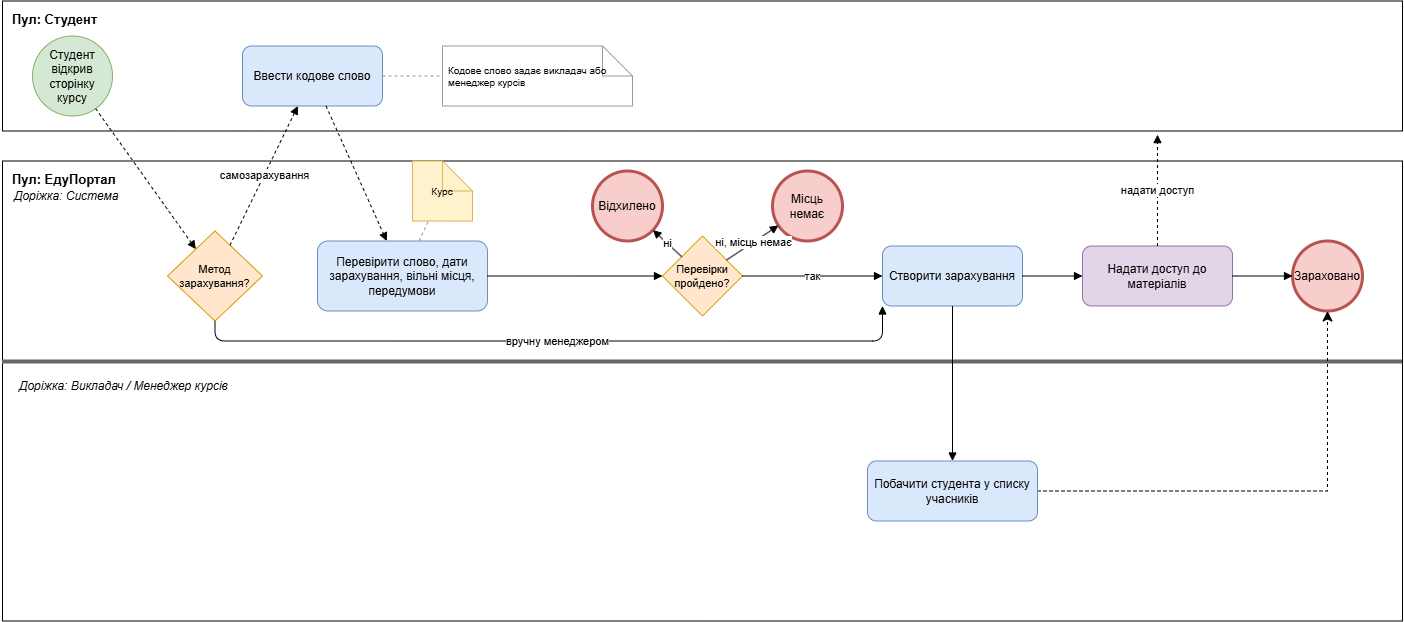
This is docs/sprint1/bpmn/01_enrollment.png from GlitchBelyi/labsTZYPS, a draw.io export, as it was before one commit. Source tidied: cells renumbered, new cells last; positions are measured from the earlier drawing's top-left corner, leaving out a move shared by most shapes. Its diagram source:
```xml
<mxGraphModel>
  <root>
    <mxCell id="0" />
    <mxCell id="1" parent="0" />
    <mxCell id="2" value="Пул: Студент" style="rounded=0;whiteSpace=wrap;html=1;fillColor=none;strokeColor=#000000;verticalAlign=top;align=left;fontStyle=1;fontSize=13;spacingLeft=8;spacingTop=4;" parent="1" vertex="1">
      <mxGeometry width="1400" height="130" as="geometry" />
    </mxCell>
    <mxCell id="3" value="Пул: ЕдуПортал" style="rounded=0;whiteSpace=wrap;html=1;fillColor=none;strokeColor=#000000;verticalAlign=top;align=left;fontStyle=1;fontSize=13;spacingLeft=8;spacingTop=4;" parent="1" vertex="1">
      <mxGeometry y="160" width="1400" height="460" as="geometry" />
    </mxCell>
    <mxCell id="4" style="line;strokeColor=#666666;html=1;" parent="1" vertex="1">
      <mxGeometry y="360" width="1400" height="2" as="geometry" />
    </mxCell>
    <mxCell id="5" value="Доріжка: Система" style="text;html=1;align=left;verticalAlign=middle;fontStyle=2;fontSize=12;" parent="1" vertex="1">
      <mxGeometry x="10" y="185" width="260" height="20" as="geometry" />
    </mxCell>
    <mxCell id="6" value="Доріжка: Викладач / Менеджер курсів" style="text;html=1;align=left;verticalAlign=middle;fontStyle=2;fontSize=12;" parent="1" vertex="1">
      <mxGeometry x="15" y="375" width="300" height="20" as="geometry" />
    </mxCell>
    <mxCell id="7" value="Студент відкрив сторінку курсу" style="ellipse;whiteSpace=wrap;html=1;fillColor=#d5e8d4;strokeColor=#82b366;" parent="1" vertex="1">
      <mxGeometry x="30" y="35" width="80" height="80" as="geometry" />
    </mxCell>
    <mxCell id="8" value="Ввести кодове слово" style="rounded=1;whiteSpace=wrap;html=1;fillColor=#dae8fc;strokeColor=#6c8ebf;" parent="1" vertex="1">
      <mxGeometry x="240" y="45" width="140" height="60" as="geometry" />
    </mxCell>
    <mxCell id="9" value="Кодове слово задає викладач або менеджер курсів" style="shape=note;whiteSpace=wrap;html=1;fillColor=#ffffff;strokeColor=#999999;fontSize=10;align=left;spacingLeft=4;" parent="1" vertex="1">
      <mxGeometry x="440" y="45" width="190" height="60" as="geometry" />
    </mxCell>
    <mxCell id="10" value="Метод зарахування?" style="rhombus;whiteSpace=wrap;html=1;fillColor=#ffe6cc;strokeColor=#d79b00;fontSize=11;" parent="1" vertex="1">
      <mxGeometry x="165" y="230" width="95" height="90" as="geometry" />
    </mxCell>
    <mxCell id="11" value="Перевірити слово, дати зарахування, вільні місця, передумови" style="rounded=1;whiteSpace=wrap;html=1;fillColor=#dae8fc;strokeColor=#6c8ebf;" parent="1" vertex="1">
      <mxGeometry x="315" y="240" width="170" height="70" as="geometry" />
    </mxCell>
    <mxCell id="12" value="Курс" style="shape=note;whiteSpace=wrap;html=1;fillColor=#fff2cc;strokeColor=#d6b656;fontSize=10;" parent="1" vertex="1">
      <mxGeometry x="410" y="160" width="60" height="60" as="geometry" />
    </mxCell>
    <mxCell id="13" value="Перевірки пройдено?" style="rhombus;whiteSpace=wrap;html=1;fillColor=#ffe6cc;strokeColor=#d79b00;fontSize=11;" parent="1" vertex="1">
      <mxGeometry x="660" y="235" width="80" height="80" as="geometry" />
    </mxCell>
    <mxCell id="14" value="Відхилено" style="ellipse;whiteSpace=wrap;html=1;fillColor=#f8cecc;strokeColor=#b85450;strokeWidth=3;" parent="1" vertex="1">
      <mxGeometry x="590" y="170" width="70" height="70" as="geometry" />
    </mxCell>
    <mxCell id="15" value="Місць немає" style="ellipse;whiteSpace=wrap;html=1;fillColor=#f8cecc;strokeColor=#b85450;strokeWidth=3;" parent="1" vertex="1">
      <mxGeometry x="770" y="170" width="70" height="70" as="geometry" />
    </mxCell>
    <mxCell id="16" value="Створити зарахування" style="rounded=1;whiteSpace=wrap;html=1;fillColor=#dae8fc;strokeColor=#6c8ebf;" parent="1" vertex="1">
      <mxGeometry x="880" y="245" width="140" height="60" as="geometry" />
    </mxCell>
    <mxCell id="17" value="Надати доступ до матеріалів" style="rounded=1;whiteSpace=wrap;html=1;fillColor=#e1d5e7;strokeColor=#9673a6;" parent="1" vertex="1">
      <mxGeometry x="1080" y="245" width="150" height="60" as="geometry" />
    </mxCell>
    <mxCell id="18" value="Зараховано" style="ellipse;whiteSpace=wrap;html=1;fillColor=#f8cecc;strokeColor=#b85450;strokeWidth=3;" parent="1" vertex="1">
      <mxGeometry x="1290" y="240" width="70" height="70" as="geometry" />
    </mxCell>
    <mxCell id="19" style="edgeStyle=orthogonalEdgeStyle;rounded=0;jettySize=auto;html=1;entryX=0.5;entryY=1;entryDx=0;entryDy=0;fontSize=12;startSize=8;endSize=8;dashed=1;exitX=1;exitY=0.5;exitDx=0;exitDy=0;" parent="1" edge="1" source="20" target="18">
      <mxGeometry relative="1" as="geometry" />
    </mxCell>
    <mxCell id="20" value="Побачити студента у списку учасників" style="rounded=1;whiteSpace=wrap;html=1;fillColor=#dae8fc;strokeColor=#6c8ebf;" parent="1" vertex="1">
      <mxGeometry x="865" y="460" width="170" height="60" as="geometry" />
    </mxCell>
    <mxCell id="21" style="ellipse;html=1;fillColor=none;strokeColor=none;" parent="1" vertex="1">
      <mxGeometry x="1140" y="125" width="10" height="10" as="geometry" />
    </mxCell>
    <mxCell id="22" style="endArrow=block;dashed=1;html=1;strokeColor=#000000;" parent="1" edge="1" source="7" target="10">
      <mxGeometry relative="1" as="geometry" />
    </mxCell>
    <mxCell id="23" value="самозарахування" style="endArrow=block;dashed=1;html=1;strokeColor=#000000;" parent="1" edge="1" source="10" target="8">
      <mxGeometry relative="1" as="geometry" />
    </mxCell>
    <mxCell id="24" value="вручну менеджером" style="endArrow=block;html=1;strokeColor=#000000;exitX=0.5;exitY=1;exitDx=0;exitDy=0;entryX=0;entryY=1;entryDx=0;entryDy=0;" parent="1" edge="1" source="10" target="16">
      <mxGeometry relative="1" as="geometry">
        <Array as="points">
          <mxPoint x="212.5" y="340" />
          <mxPoint x="570" y="340" />
          <mxPoint x="880" y="340" />
        </Array>
      </mxGeometry>
    </mxCell>
    <mxCell id="25" style="endArrow=block;dashed=1;html=1;strokeColor=#000000;" parent="1" edge="1" source="8" target="11">
      <mxGeometry relative="1" as="geometry" />
    </mxCell>
    <mxCell id="26" style="endArrow=none;dashed=1;html=1;strokeColor=#999999;" parent="1" edge="1" source="11" target="12">
      <mxGeometry relative="1" as="geometry" />
    </mxCell>
    <mxCell id="27" style="endArrow=block;html=1;strokeColor=#000000;" parent="1" edge="1" source="11" target="13">
      <mxGeometry relative="1" as="geometry" />
    </mxCell>
    <mxCell id="28" value="ні" style="endArrow=block;html=1;strokeColor=#000000;" parent="1" edge="1" source="13" target="14">
      <mxGeometry relative="1" as="geometry" />
    </mxCell>
    <mxCell id="29" value="ні, місць немає" style="endArrow=block;html=1;strokeColor=#000000;" parent="1" edge="1" source="13" target="15">
      <mxGeometry relative="1" as="geometry" />
    </mxCell>
    <mxCell id="30" value="так" style="endArrow=block;html=1;strokeColor=#000000;" parent="1" edge="1" source="13" target="16">
      <mxGeometry relative="1" as="geometry" />
    </mxCell>
    <mxCell id="31" style="endArrow=block;html=1;strokeColor=#000000;" parent="1" edge="1" source="16" target="17">
      <mxGeometry relative="1" as="geometry" />
    </mxCell>
    <mxCell id="32" style="endArrow=block;html=1;strokeColor=#000000;" parent="1" edge="1" source="16" target="20">
      <mxGeometry relative="1" as="geometry" />
    </mxCell>
    <mxCell id="33" style="endArrow=block;html=1;strokeColor=#000000;" parent="1" edge="1" source="17" target="18">
      <mxGeometry relative="1" as="geometry" />
    </mxCell>
    <mxCell id="34" value="надати доступ" style="endArrow=block;dashed=1;html=1;strokeColor=#000000;entryX=0.825;entryY=1.028;entryDx=0;entryDy=0;entryPerimeter=0;" parent="1" edge="1" source="17" target="2">
      <mxGeometry relative="1" as="geometry" />
    </mxCell>
    <mxCell id="35" style="endArrow=none;dashed=1;html=1;strokeColor=#999999;" parent="1" edge="1" source="8" target="9">
      <mxGeometry relative="1" as="geometry" />
    </mxCell>
  </root>
</mxGraphModel>
```
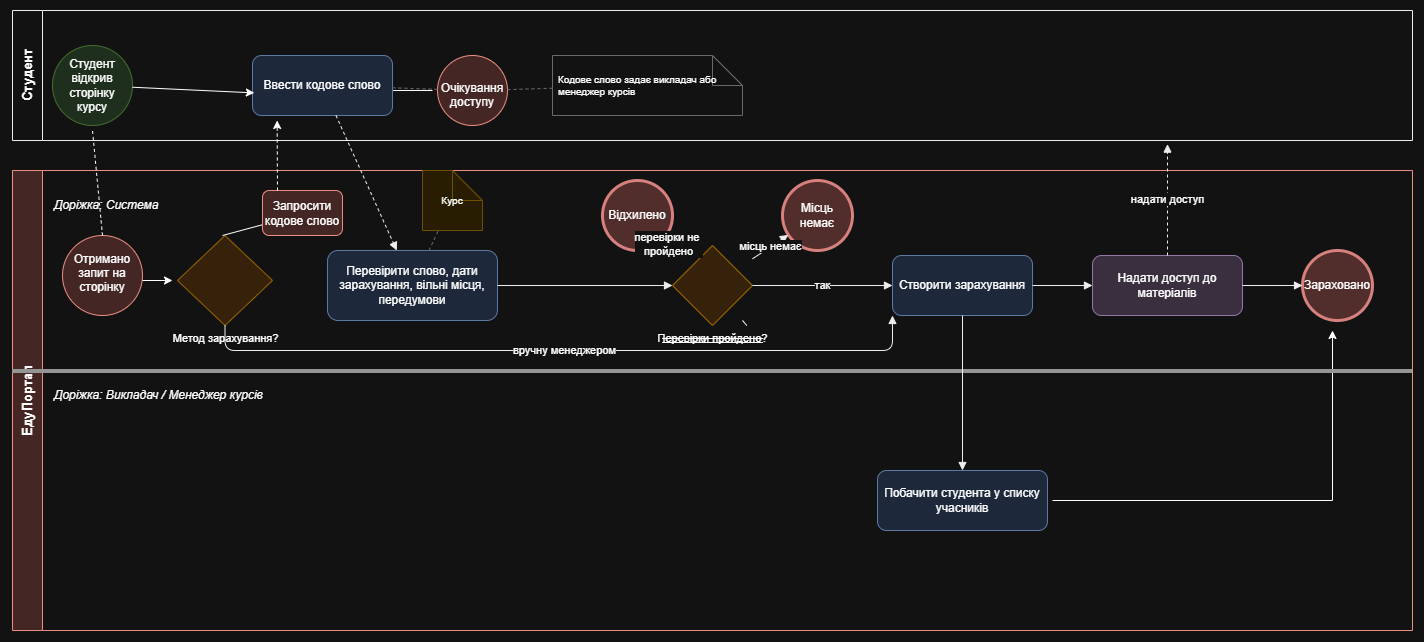
Later version of the same file.

Change to the diagram source:
```diff
@@ -2,40 +2,82 @@
   <root>
     <mxCell id="0" />
     <mxCell id="1" parent="0" />
-    <mxCell id="2" value="Пул: Студент" style="rounded=0;whiteSpace=wrap;html=1;fillColor=none;strokeColor=#000000;verticalAlign=top;align=left;fontStyle=1;fontSize=13;spacingLeft=8;spacingTop=4;" parent="1" vertex="1">
+    <mxCell id="2" value="Студент" style="swimlane;html=1;horizontal=0;whiteSpace=wrap;startSize=30;fillColor=none;strokeColor=#000000;fontStyle=1;fontSize=13;" parent="1" vertex="1">
       <mxGeometry width="1400" height="130" as="geometry" />
     </mxCell>
+    <mxCell id="9" value="Кодове слово задає викладач або менеджер курсів" style="shape=note;whiteSpace=wrap;html=1;fillColor=#ffffff;strokeColor=#999999;fontSize=10;align=left;spacingLeft=4;" parent="2" vertex="1">
+      <mxGeometry x="540" y="45" width="190" height="60" as="geometry" />
+    </mxCell>
+    <mxCell id="36" value="Очікування доступу" style="ellipse;whiteSpace=wrap;html=1;shapeInside=1;fillColor=#fad9d5;strokeColor=#ae4132;" parent="2" vertex="1">
+      <mxGeometry x="425" y="45" width="70" height="70" as="geometry" />
+    </mxCell>
+    <mxCell id="35" style="endArrow=none;dashed=1;html=1;strokeColor=#999999;" parent="2" edge="1" source="36" target="9">
+      <mxGeometry relative="1" as="geometry" />
+    </mxCell>
+    <mxCell id="37" style="endArrow=none;html=1;rounded=0;" parent="2" edge="1">
+      <mxGeometry relative="1" as="geometry">
+        <mxPoint x="380" y="80" as="sourcePoint" />
+        <mxPoint x="420" y="80" as="targetPoint" />
+      </mxGeometry>
+    </mxCell>
+    <mxCell id="7" value="Студент відкрив сторінку курсу" style="ellipse;whiteSpace=wrap;html=1;fillColor=#d5e8d4;strokeColor=#82b366;" parent="2" vertex="1">
+      <mxGeometry x="40" y="35" width="80" height="80" as="geometry" />
+    </mxCell>
-    <mxCell id="3" value="Пул: ЕдуПортал" style="rounded=0;whiteSpace=wrap;html=1;fillColor=none;strokeColor=#000000;verticalAlign=top;align=left;fontStyle=1;fontSize=13;spacingLeft=8;spacingTop=4;" parent="1" vertex="1">
+    <mxCell id="3" value="ЕдуПортал" style="swimlane;html=1;horizontal=0;whiteSpace=wrap;startSize=30;fillColor=#fad9d5;strokeColor=#ae4132;fontStyle=1;fontSize=13;" parent="1" vertex="1">
       <mxGeometry y="160" width="1400" height="460" as="geometry" />
     </mxCell>
+    <mxCell id="10" value="Метод зарахування?" style="shape=mxgraph.bpmn.gateway2;html=1;outlineConnect=0;bpmnGatewayType=exclusive;fillColor=#ffe6cc;strokeColor=#d79b00;fontSize=11;verticalLabelPosition=bottom;verticalAlign=top;align=center;" parent="3" vertex="1">
+      <mxGeometry x="165" y="65" width="95" height="90" as="geometry" />
+    </mxCell>
+    <mxCell id="38" value="Отримано запит на сторінку" style="ellipse;whiteSpace=wrap;html=1;shapeInside=1;fillColor=#fad9d5;strokeColor=#ae4132;" parent="3" vertex="1">
+      <mxGeometry x="50" y="65" width="80" height="80" as="geometry" />
+    </mxCell>
+    <mxCell id="39" style="endArrow=none;dashed=1;html=1;rounded=0;" parent="3" edge="1">
+      <mxGeometry relative="1" as="geometry">
+        <mxPoint x="90" y="65" as="sourcePoint" />
+        <mxPoint x="80" y="-40" as="targetPoint" />
+      </mxGeometry>
+    </mxCell>
+    <mxCell id="40" style="endArrow=classic;html=1;rounded=0;" parent="3" edge="1">
+      <mxGeometry relative="1" as="geometry">
+        <mxPoint x="130" y="110" as="sourcePoint" />
+        <mxPoint x="160" y="110" as="targetPoint" />
+      </mxGeometry>
+    </mxCell>
+    <mxCell id="41" style="endArrow=classic;html=1;rounded=0;edgeStyle=orthogonalEdgeStyle;" parent="3" edge="1">
+      <mxGeometry relative="1" as="geometry">
+        <mxPoint x="1040" y="330" as="sourcePoint" />
+        <mxPoint x="1320" y="160" as="targetPoint" />
+      </mxGeometry>
+    </mxCell>
+    <mxCell id="42" style="endArrow=none;html=1;rounded=0;" parent="3" edge="1">
+      <mxGeometry relative="1" as="geometry">
+        <mxPoint x="210" y="65" as="sourcePoint" />
+        <mxPoint x="255" y="52.9" as="targetPoint" />
+      </mxGeometry>
+    </mxCell>
+    <mxCell id="43" value="Запросити кодове слово" style="rounded=1;whiteSpace=wrap;html=1;fillColor=#fad9d5;strokeColor=#ae4132;" parent="3" vertex="1">
+      <mxGeometry x="250" y="20" width="80" height="45" as="geometry" />
+    </mxCell>
     <mxCell id="4" style="line;strokeColor=#666666;html=1;" parent="1" vertex="1">
       <mxGeometry y="360" width="1400" height="2" as="geometry" />
     </mxCell>
     <mxCell id="5" value="Доріжка: Система" style="text;html=1;align=left;verticalAlign=middle;fontStyle=2;fontSize=12;" parent="1" vertex="1">
-      <mxGeometry x="10" y="185" width="260" height="20" as="geometry" />
+      <mxGeometry x="40" y="185" width="260" height="20" as="geometry" />
     </mxCell>
     <mxCell id="6" value="Доріжка: Викладач / Менеджер курсів" style="text;html=1;align=left;verticalAlign=middle;fontStyle=2;fontSize=12;" parent="1" vertex="1">
-      <mxGeometry x="15" y="375" width="300" height="20" as="geometry" />
+      <mxGeometry x="40" y="375" width="300" height="20" as="geometry" />
     </mxCell>
-    <mxCell id="7" value="Студент відкрив сторінку курсу" style="ellipse;whiteSpace=wrap;html=1;fillColor=#d5e8d4;strokeColor=#82b366;" parent="1" vertex="1">
-      <mxGeometry x="30" y="35" width="80" height="80" as="geometry" />
-    </mxCell>
     <mxCell id="8" value="Ввести кодове слово" style="rounded=1;whiteSpace=wrap;html=1;fillColor=#dae8fc;strokeColor=#6c8ebf;" parent="1" vertex="1">
       <mxGeometry x="240" y="45" width="140" height="60" as="geometry" />
     </mxCell>
-    <mxCell id="9" value="Кодове слово задає викладач або менеджер курсів" style="shape=note;whiteSpace=wrap;html=1;fillColor=#ffffff;strokeColor=#999999;fontSize=10;align=left;spacingLeft=4;" parent="1" vertex="1">
-      <mxGeometry x="440" y="45" width="190" height="60" as="geometry" />
-    </mxCell>
-    <mxCell id="10" value="Метод зарахування?" style="rhombus;whiteSpace=wrap;html=1;fillColor=#ffe6cc;strokeColor=#d79b00;fontSize=11;" parent="1" vertex="1">
-      <mxGeometry x="165" y="230" width="95" height="90" as="geometry" />
-    </mxCell>
     <mxCell id="11" value="Перевірити слово, дати зарахування, вільні місця, передумови" style="rounded=1;whiteSpace=wrap;html=1;fillColor=#dae8fc;strokeColor=#6c8ebf;" parent="1" vertex="1">
       <mxGeometry x="315" y="240" width="170" height="70" as="geometry" />
     </mxCell>
     <mxCell id="12" value="Курс" style="shape=note;whiteSpace=wrap;html=1;fillColor=#fff2cc;strokeColor=#d6b656;fontSize=10;" parent="1" vertex="1">
       <mxGeometry x="410" y="160" width="60" height="60" as="geometry" />
     </mxCell>
-    <mxCell id="13" value="Перевірки пройдено?" style="rhombus;whiteSpace=wrap;html=1;fillColor=#ffe6cc;strokeColor=#d79b00;fontSize=11;" parent="1" vertex="1">
+    <mxCell id="13" value="Перевірки пройдено?" style="shape=mxgraph.bpmn.gateway2;html=1;outlineConnect=0;bpmnGatewayType=exclusive;fillColor=#ffe6cc;strokeColor=#d79b00;fontSize=11;verticalLabelPosition=bottom;verticalAlign=top;align=center;" parent="1" vertex="1">
       <mxGeometry x="660" y="235" width="80" height="80" as="geometry" />
     </mxCell>
     <mxCell id="14" value="Відхилено" style="ellipse;whiteSpace=wrap;html=1;fillColor=#f8cecc;strokeColor=#b85450;strokeWidth=3;" parent="1" vertex="1">
@@ -53,21 +95,12 @@
     <mxCell id="18" value="Зараховано" style="ellipse;whiteSpace=wrap;html=1;fillColor=#f8cecc;strokeColor=#b85450;strokeWidth=3;" parent="1" vertex="1">
       <mxGeometry x="1290" y="240" width="70" height="70" as="geometry" />
     </mxCell>
-    <mxCell id="19" style="edgeStyle=orthogonalEdgeStyle;rounded=0;jettySize=auto;html=1;entryX=0.5;entryY=1;entryDx=0;entryDy=0;fontSize=12;startSize=8;endSize=8;dashed=1;exitX=1;exitY=0.5;exitDx=0;exitDy=0;" parent="1" edge="1" source="20" target="18">
-      <mxGeometry relative="1" as="geometry" />
-    </mxCell>
     <mxCell id="20" value="Побачити студента у списку учасників" style="rounded=1;whiteSpace=wrap;html=1;fillColor=#dae8fc;strokeColor=#6c8ebf;" parent="1" vertex="1">
       <mxGeometry x="865" y="460" width="170" height="60" as="geometry" />
     </mxCell>
     <mxCell id="21" style="ellipse;html=1;fillColor=none;strokeColor=none;" parent="1" vertex="1">
       <mxGeometry x="1140" y="125" width="10" height="10" as="geometry" />
     </mxCell>
-    <mxCell id="22" style="endArrow=block;dashed=1;html=1;strokeColor=#000000;" parent="1" edge="1" source="7" target="10">
-      <mxGeometry relative="1" as="geometry" />
-    </mxCell>
-    <mxCell id="23" value="самозарахування" style="endArrow=block;dashed=1;html=1;strokeColor=#000000;" parent="1" edge="1" source="10" target="8">
-      <mxGeometry relative="1" as="geometry" />
-    </mxCell>
     <mxCell id="24" value="вручну менеджером" style="endArrow=block;html=1;strokeColor=#000000;exitX=0.5;exitY=1;exitDx=0;exitDy=0;entryX=0;entryY=1;entryDx=0;entryDy=0;" parent="1" edge="1" source="10" target="16">
       <mxGeometry relative="1" as="geometry">
         <Array as="points">
@@ -86,10 +119,10 @@
     <mxCell id="27" style="endArrow=block;html=1;strokeColor=#000000;" parent="1" edge="1" source="11" target="13">
       <mxGeometry relative="1" as="geometry" />
     </mxCell>
-    <mxCell id="28" value="ні" style="endArrow=block;html=1;strokeColor=#000000;" parent="1" edge="1" source="13" target="14">
+    <mxCell id="28" value="перевірки не&amp;nbsp;&lt;div&gt;пройдено&lt;/div&gt;" style="endArrow=block;html=1;strokeColor=#000000;" parent="1" edge="1" source="13" target="14">
       <mxGeometry relative="1" as="geometry" />
     </mxCell>
-    <mxCell id="29" value="ні, місць немає" style="endArrow=block;html=1;strokeColor=#000000;" parent="1" edge="1" source="13" target="15">
+    <mxCell id="29" value="місць немає" style="endArrow=block;html=1;strokeColor=#000000;" parent="1" edge="1" source="13" target="15">
       <mxGeometry relative="1" as="geometry" />
     </mxCell>
     <mxCell id="30" value="так" style="endArrow=block;html=1;strokeColor=#000000;" parent="1" edge="1" source="13" target="16">
@@ -107,8 +140,39 @@
     <mxCell id="34" value="надати доступ" style="endArrow=block;dashed=1;html=1;strokeColor=#000000;entryX=0.825;entryY=1.028;entryDx=0;entryDy=0;entryPerimeter=0;" parent="1" edge="1" source="17" target="2">
       <mxGeometry relative="1" as="geometry" />
     </mxCell>
-    <mxCell id="35" style="endArrow=none;dashed=1;html=1;strokeColor=#999999;" parent="1" edge="1" source="8" target="9">
-      <mxGeometry relative="1" as="geometry" />
-    </mxCell>
+    <mxCell id="44" style="shape=link;html=1;rounded=0;" parent="1" edge="1">
+      <mxGeometry relative="1" as="geometry">
+        <mxPoint x="650" y="330" as="sourcePoint" />
+        <mxPoint x="750" y="330" as="targetPoint" />
+      </mxGeometry>
+    </mxCell>
+    <mxCell id="45" style="shape=link;html=1;rounded=0;" parent="1" edge="1">
+      <mxGeometry relative="1" as="geometry">
+        <mxPoint x="650" y="330" as="sourcePoint" />
+        <mxPoint x="750" y="330" as="targetPoint" />
+      </mxGeometry>
+    </mxCell>
+    <mxCell id="46" style="shape=link;html=1;rounded=0;" parent="1" edge="1">
+      <mxGeometry relative="1" as="geometry">
+        <mxPoint x="650" y="330" as="sourcePoint" />
+        <mxPoint x="750" y="330" as="targetPoint" />
+      </mxGeometry>
+    </mxCell>
+    <mxCell id="47" style="endArrow=none;dashed=1;html=1;strokeColor=#999999;" parent="1" edge="1" source="8" target="36">
+      <mxGeometry relative="1" as="geometry" />
+    </mxCell>
+    <mxCell id="48" style="endArrow=none;html=1;rounded=0;" parent="1" edge="1" source="13">
+      <mxGeometry relative="1" as="geometry">
+        <mxPoint x="730" y="310" as="targetPoint" />
+      </mxGeometry>
+    </mxCell>
+    <mxCell id="49" style="endArrow=classic;html=1;rounded=0;entryX=0.013;entryY=0.623;entryDx=0;entryDy=0;entryPerimeter=0;" parent="1" edge="1" source="7" target="8">
+      <mxGeometry relative="1" as="geometry" />
+    </mxCell>
+    <mxCell id="50" style="endArrow=classic;dashed=1;html=1;rounded=0;entryX=0.176;entryY=1.083;entryDx=0;entryDy=0;entryPerimeter=0;endFill=1;" parent="1" edge="1" target="8">
+      <mxGeometry relative="1" as="geometry">
+        <mxPoint x="265" y="180" as="sourcePoint" />
+      </mxGeometry>
+    </mxCell>
   </root>
 </mxGraphModel>
```
